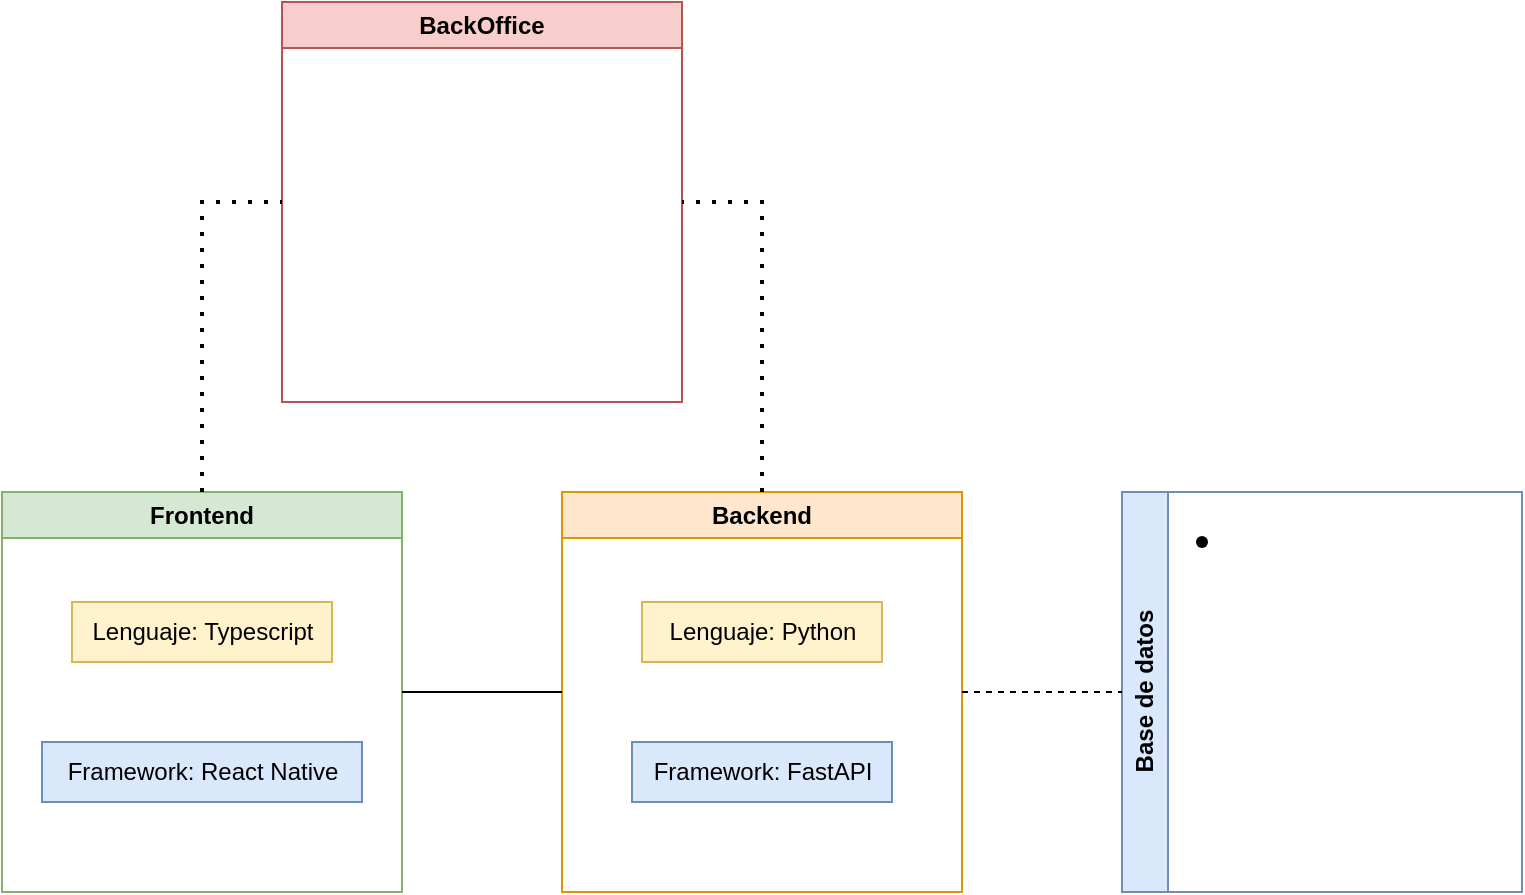
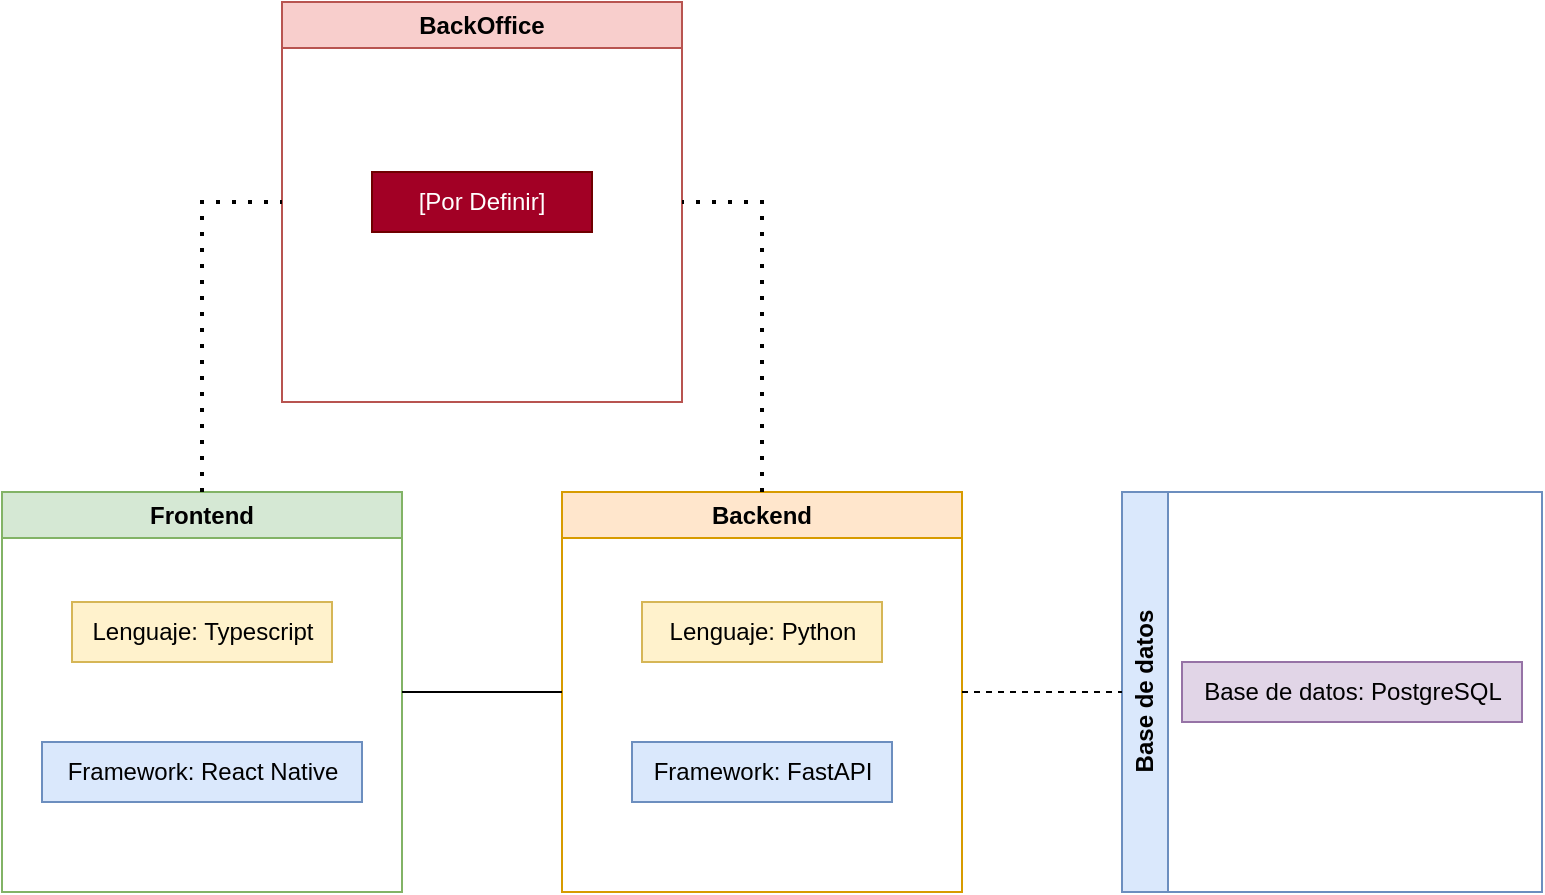
<mxfile host="app.diagrams.net" agent="Mozilla/5.0 (Windows NT 10.0; Win64; x64; rv:136.0) Gecko/20100101 Firefox/136.0" version="26.1.1">
  <diagram name="Page-1" id="5f0bae14-7c28-e335-631c-24af17079c00">
-     <mxGraphModel dx="608" dy="425" grid="1" gridSize="10" guides="1" tooltips="1" connect="1" arrows="1" fold="1" page="1" pageScale="1" pageWidth="1100" pageHeight="850" background="none" math="0" shadow="0">
+     <mxGraphModel dx="1036" dy="725" grid="1" gridSize="10" guides="1" tooltips="1" connect="1" arrows="1" fold="1" page="1" pageScale="1" pageWidth="1100" pageHeight="850" background="none" math="0" shadow="0">
      <root>
        <mxCell id="0" />
        <mxCell id="1" parent="0" />
        <mxCell id="GHSZqHKe280tCcFjGG4P-3" value="&lt;div&gt;Frontend&lt;/div&gt;" style="swimlane;whiteSpace=wrap;html=1;startSize=23;fillColor=#d5e8d4;strokeColor=#82b366;" vertex="1" parent="1">
          <mxGeometry x="240" y="325" width="200" height="200" as="geometry" />
        </mxCell>
        <mxCell id="GHSZqHKe280tCcFjGG4P-30" value="Lenguaje: Typescript" style="text;html=1;align=center;verticalAlign=middle;resizable=0;points=[];autosize=1;strokeColor=#d6b656;fillColor=#fff2cc;" vertex="1" parent="GHSZqHKe280tCcFjGG4P-3">
          <mxGeometry x="35" y="55" width="130" height="30" as="geometry" />
        </mxCell>
        <mxCell id="GHSZqHKe280tCcFjGG4P-31" value="&lt;div&gt;Framework: React Native&lt;/div&gt;" style="text;html=1;align=center;verticalAlign=middle;resizable=0;points=[];autosize=1;strokeColor=#6c8ebf;fillColor=#dae8fc;" vertex="1" parent="GHSZqHKe280tCcFjGG4P-3">
          <mxGeometry x="20" y="125" width="160" height="30" as="geometry" />
        </mxCell>
        <mxCell id="GHSZqHKe280tCcFjGG4P-8" value="&lt;div&gt;Backend&lt;/div&gt;" style="swimlane;whiteSpace=wrap;html=1;fillColor=#ffe6cc;strokeColor=#d79b00;" vertex="1" parent="1">
          <mxGeometry x="520" y="325" width="200" height="200" as="geometry" />
        </mxCell>
        <mxCell id="GHSZqHKe280tCcFjGG4P-26" value="&lt;div&gt;Lenguaje: Python&lt;/div&gt;" style="text;html=1;align=center;verticalAlign=middle;resizable=0;points=[];autosize=1;strokeColor=#d6b656;fillColor=#fff2cc;" vertex="1" parent="GHSZqHKe280tCcFjGG4P-8">
          <mxGeometry x="40" y="55" width="120" height="30" as="geometry" />
        </mxCell>
        <mxCell id="GHSZqHKe280tCcFjGG4P-28" value="&lt;div&gt;Framework: FastAPI&lt;/div&gt;" style="text;html=1;align=center;verticalAlign=middle;resizable=0;points=[];autosize=1;strokeColor=#6c8ebf;fillColor=#dae8fc;" vertex="1" parent="GHSZqHKe280tCcFjGG4P-8">
          <mxGeometry x="35" y="125" width="130" height="30" as="geometry" />
        </mxCell>
        <mxCell id="GHSZqHKe280tCcFjGG4P-9" value="BackOffice" style="swimlane;whiteSpace=wrap;html=1;fillColor=#f8cecc;strokeColor=#b85450;" vertex="1" parent="1">
          <mxGeometry x="380" y="80" width="200" height="200" as="geometry" />
        </mxCell>
+         <mxCell id="GHSZqHKe280tCcFjGG4P-33" value="[Por Definir]" style="text;html=1;align=center;verticalAlign=middle;whiteSpace=wrap;rounded=0;fillColor=#a20025;fontColor=#ffffff;strokeColor=#6F0000;" vertex="1" parent="GHSZqHKe280tCcFjGG4P-9">
+           <mxGeometry x="45" y="85" width="110" height="30" as="geometry" />
+         </mxCell>
        <mxCell id="GHSZqHKe280tCcFjGG4P-10" value="Base de datos" style="swimlane;horizontal=0;whiteSpace=wrap;html=1;fillColor=#dae8fc;strokeColor=#6c8ebf;" vertex="1" parent="1">
-           <mxGeometry x="800" y="325" width="200" height="200" as="geometry" />
+           <mxGeometry x="800" y="325" width="210" height="200" as="geometry" />
        </mxCell>
-         <mxCell id="GHSZqHKe280tCcFjGG4P-25" value="" style="shape=waypoint;sketch=0;size=6;pointerEvents=1;points=[];fillColor=none;resizable=0;rotatable=0;perimeter=centerPerimeter;snapToPoint=1;" vertex="1" parent="GHSZqHKe280tCcFjGG4P-10">
-           <mxGeometry x="30" y="15" width="20" height="20" as="geometry" />
+         <mxCell id="GHSZqHKe280tCcFjGG4P-32" value="Base de datos: PostgreSQL" style="text;html=1;align=center;verticalAlign=middle;resizable=0;points=[];autosize=1;strokeColor=#9673a6;fillColor=#e1d5e7;" vertex="1" parent="GHSZqHKe280tCcFjGG4P-10">
+           <mxGeometry x="30" y="85" width="170" height="30" as="geometry" />
        </mxCell>
        <mxCell id="GHSZqHKe280tCcFjGG4P-15" value="" style="endArrow=none;html=1;rounded=0;entryX=0;entryY=0.5;entryDx=0;entryDy=0;exitX=1;exitY=0.5;exitDx=0;exitDy=0;dashed=1;" edge="1" parent="1" source="GHSZqHKe280tCcFjGG4P-8" target="GHSZqHKe280tCcFjGG4P-10">
          <mxGeometry width="50" height="50" relative="1" as="geometry">
            <mxPoint x="730" y="425" as="sourcePoint" />
            <mxPoint x="770" y="380" as="targetPoint" />
          </mxGeometry>
        </mxCell>
        <mxCell id="GHSZqHKe280tCcFjGG4P-17" value="" style="endArrow=none;html=1;rounded=0;exitX=1;exitY=0.5;exitDx=0;exitDy=0;entryX=0;entryY=0.5;entryDx=0;entryDy=0;" edge="1" parent="1" source="GHSZqHKe280tCcFjGG4P-3" target="GHSZqHKe280tCcFjGG4P-8">
          <mxGeometry width="50" height="50" relative="1" as="geometry">
            <mxPoint x="480" y="330" as="sourcePoint" />
            <mxPoint x="530" y="280" as="targetPoint" />
            <Array as="points" />
          </mxGeometry>
        </mxCell>
        <mxCell id="GHSZqHKe280tCcFjGG4P-22" value="" style="endArrow=none;dashed=1;html=1;dashPattern=1 3;strokeWidth=2;rounded=0;exitX=0.5;exitY=0;exitDx=0;exitDy=0;entryX=0;entryY=0.5;entryDx=0;entryDy=0;" edge="1" parent="1" source="GHSZqHKe280tCcFjGG4P-3" target="GHSZqHKe280tCcFjGG4P-9">
          <mxGeometry width="50" height="50" relative="1" as="geometry">
            <mxPoint x="480" y="330" as="sourcePoint" />
            <mxPoint x="530" y="280" as="targetPoint" />
            <Array as="points">
              <mxPoint x="340" y="180" />
            </Array>
          </mxGeometry>
        </mxCell>
        <mxCell id="GHSZqHKe280tCcFjGG4P-24" value="" style="endArrow=none;dashed=1;html=1;dashPattern=1 3;strokeWidth=2;rounded=0;exitX=0.5;exitY=0;exitDx=0;exitDy=0;entryX=1;entryY=0.5;entryDx=0;entryDy=0;" edge="1" parent="1" source="GHSZqHKe280tCcFjGG4P-8" target="GHSZqHKe280tCcFjGG4P-9">
          <mxGeometry width="50" height="50" relative="1" as="geometry">
            <mxPoint x="480" y="330" as="sourcePoint" />
            <mxPoint x="530" y="280" as="targetPoint" />
            <Array as="points">
              <mxPoint x="620" y="180" />
            </Array>
          </mxGeometry>
        </mxCell>
      </root>
    </mxGraphModel>
  </diagram>
</mxfile>
